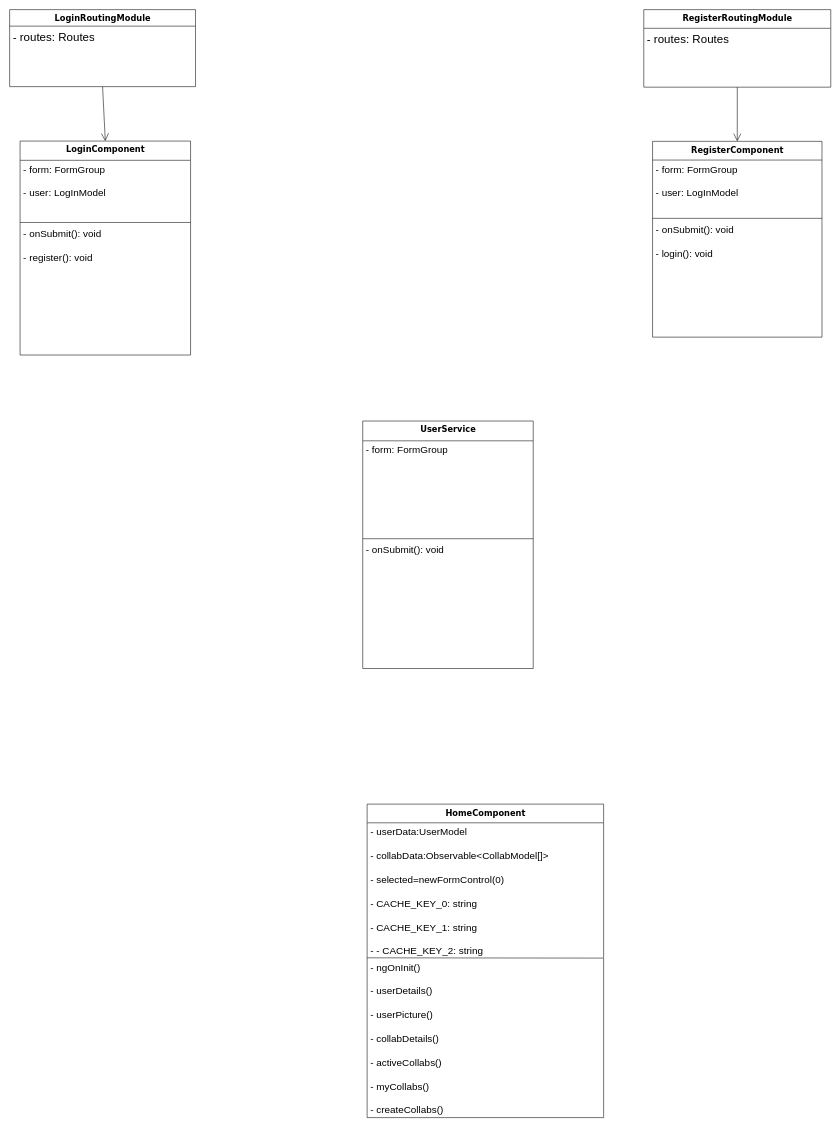
Above: page "Page-2" (2 of 2) of Untitled Diagram.drawio in Ed1196/myList (draw.io), before the change. Source tidied: cells renumbered, new cells numbered last; positions are measured from the earlier drawing's top-left corner, leaving out a move shared by most shapes. Both pictures are drawn from the tidied source at 55%, with x=0, y=0 at pixel (9, 9).
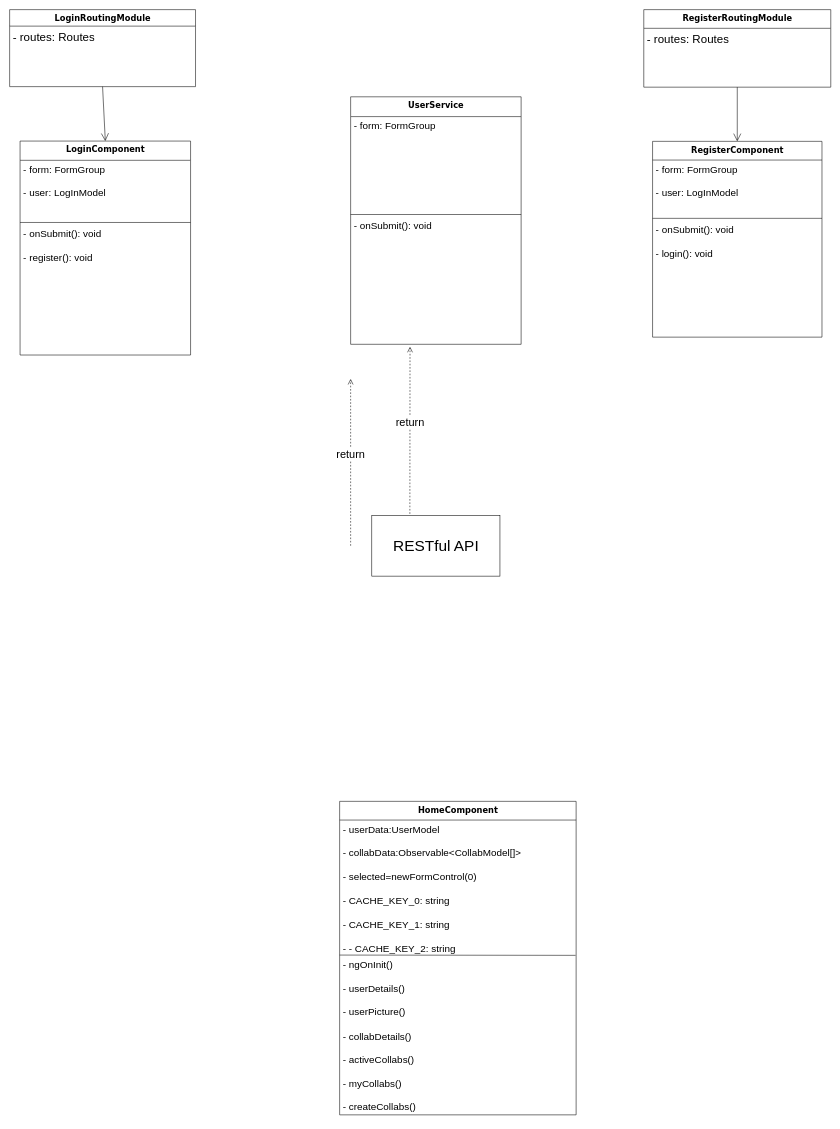
After the change.

Diff of the diagram source:
```diff
@@
     <mxCell id="9" value="&lt;div&gt;&lt;span&gt;&lt;font style=&quot;font-size: 15px&quot;&gt;UserService&lt;/font&gt;&lt;/span&gt;&lt;/div&gt;" style="swimlane;html=1;fontStyle=1;align=center;verticalAlign=top;horizontal=1;startSize=36;swimlaneFillColor=#ffffff;rounded=0;shadow=0;comic=0;labelBackgroundColor=none;strokeColor=#000000;strokeWidth=1;fillColor=none;fontFamily=Verdana;fontSize=12;fontColor=#000000;" parent="1" vertex="1">
-      <mxGeometry x="642" y="748" width="310" height="450" as="geometry" />
+      <mxGeometry x="620" y="158.5" width="310" height="450" as="geometry" />
     </mxCell>
@@
     <mxCell id="20" value="&lt;div&gt;&lt;span&gt;&lt;font style=&quot;font-size: 15px&quot;&gt;HomeComponent&lt;/font&gt;&lt;/span&gt;&lt;/div&gt;" style="swimlane;html=1;fontStyle=1;align=center;verticalAlign=top;horizontal=1;startSize=34;swimlaneFillColor=#ffffff;rounded=0;shadow=0;comic=0;labelBackgroundColor=none;strokeColor=#000000;strokeWidth=1;fillColor=none;fontFamily=Verdana;fontSize=12;fontColor=#000000;" parent="1" vertex="1">
-      <mxGeometry x="650" y="1444.5" width="430" height="570" as="geometry" />
+      <mxGeometry x="600" y="1439.5" width="430" height="570" as="geometry" />
     </mxCell>
@@
+    <mxCell id="24" value="&lt;font style=&quot;font-size: 28px&quot;&gt;RESTful API&lt;/font&gt;" style="html=1;strokeWidth=1;fillColor=none;" parent="1" vertex="1">
+      <mxGeometry x="658.5" y="920" width="233" height="110" as="geometry" />
+    </mxCell>
+    <mxCell id="25" value="&lt;font style=&quot;font-size: 20px&quot;&gt;return&lt;/font&gt;" style="html=1;verticalAlign=bottom;endArrow=open;dashed=1;endSize=8;exitX=0.297;exitY=-0.029;exitDx=0;exitDy=0;exitPerimeter=0;" parent="1" edge="1" source="24">
+      <mxGeometry relative="1" as="geometry">
+        <mxPoint x="728" y="613" as="targetPoint" />
+      </mxGeometry>
+    </mxCell>
+    <mxCell id="26" value="&lt;font style=&quot;font-size: 20px&quot;&gt;return&lt;/font&gt;" style="html=1;verticalAlign=bottom;endArrow=open;dashed=1;endSize=8;exitX=0.297;exitY=-0.029;exitDx=0;exitDy=0;exitPerimeter=0;" parent="1" edge="1">
+      <mxGeometry relative="1" as="geometry">
+        <mxPoint x="620" y="974.8" as="sourcePoint" />
+        <mxPoint x="620" y="671.5" as="targetPoint" />
+      </mxGeometry>
+    </mxCell>
```
